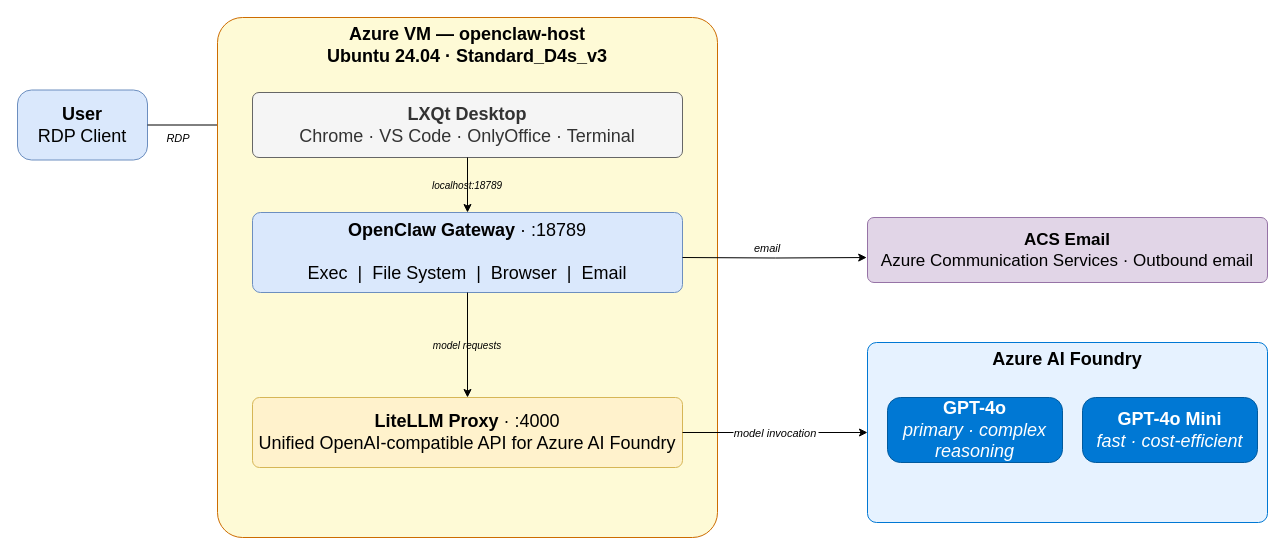
mamonaco1973/azure-openclaw keeps this draw.io diagram as azure-openclaw.drawio. Above is the earlier version. Source tidied: cells renumbered, new cells numbered last; positions are measured from the earlier drawing's top-left corner, leaving out a move shared by most shapes. Both pictures are drawn from the tidied source at 100%, with x=0, y=0 at pixel (17, 17).
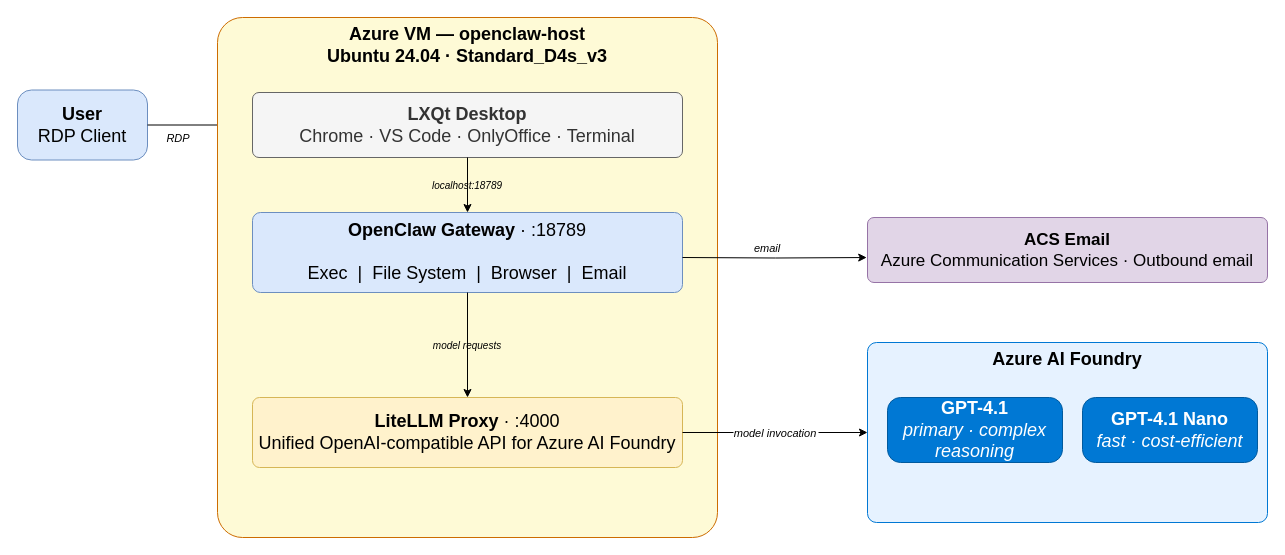
The same page after the edit.

Diff of the diagram source:
```diff
@@
 <mxGraphModel>
   <root>
     <mxCell id="0" />
     <mxCell id="1" parent="0" />
     <mxCell id="2" value="&lt;font style=&quot;font-size: 18px;&quot;&gt;&lt;b&gt;User&lt;/b&gt;&lt;/font&gt;&lt;div&gt;&lt;font style=&quot;font-size: 18px;&quot;&gt;RDP Client&lt;/font&gt;&lt;/div&gt;" style="rounded=1;whiteSpace=wrap;html=1;fillColor=#dae8fc;strokeColor=#6c8ebf;fontSize=13;arcSize=20;" parent="1" vertex="1">
       <mxGeometry y="72.5" width="130" height="70" as="geometry" />
     </mxCell>
     <mxCell id="3" value="RDP " style="edgeStyle=orthogonalEdgeStyle;rounded=0;fontSize=11;fontStyle=2;exitX=1;exitY=0.5;exitDx=0;exitDy=0;entryX=0;entryY=0.5;entryDx=0;entryDy=0;" parent="1" edge="1" source="2" target="5">
       <mxGeometry x="-0.43" y="-12" relative="1" as="geometry">
         <mxPoint x="1" y="1" as="offset" />
       </mxGeometry>
     </mxCell>
     <mxCell id="4" value="&lt;font style=&quot;font-size: 18px;&quot;&gt;&lt;b&gt;Azure VM — openclaw-host&lt;/b&gt;&lt;br&gt;Ubuntu 24.04 · Standard_D4s_v3&lt;/font&gt;" style="rounded=1;whiteSpace=wrap;html=1;fillColor=#FEFAD6;strokeColor=#CD6C00;fontSize=12;fontStyle=1;verticalAlign=top;arcSize=5;" parent="1" vertex="1">
       <mxGeometry x="200" width="500" height="520" as="geometry" />
     </mxCell>
     <mxCell id="5" value="&lt;font style=&quot;font-size: 18px;&quot;&gt;&lt;b&gt;LXQt Desktop&lt;/b&gt;&lt;br&gt;Chrome · VS Code · OnlyOffice · Terminal&lt;/font&gt;" style="rounded=1;whiteSpace=wrap;html=1;fillColor=#f5f5f5;strokeColor=#666666;fontColor=#333333;fontSize=11;arcSize=10;" parent="1" vertex="1">
       <mxGeometry x="235" y="75" width="430" height="65" as="geometry" />
     </mxCell>
     <mxCell id="6" value="localhost:18789" style="edgeStyle=orthogonalEdgeStyle;rounded=0;fontSize=10;fontStyle=2;exitX=0.5;exitY=1;exitDx=0;exitDy=0;entryX=0.5;entryY=0;entryDx=0;entryDy=0;labelBackgroundColor=none;" parent="1" edge="1" source="5" target="7">
       <mxGeometry relative="1" as="geometry" />
     </mxCell>
     <mxCell id="7" value="&lt;font style=&quot;font-size: 18px;&quot;&gt;&lt;b&gt;OpenClaw Gateway&lt;/b&gt; · :18789&lt;br&gt;&lt;br&gt;Exec &amp;nbsp;|&amp;nbsp; File System &amp;nbsp;|&amp;nbsp; Browser &amp;nbsp;|&amp;nbsp; Email&lt;/font&gt;" style="rounded=1;whiteSpace=wrap;html=1;fillColor=#dae8fc;strokeColor=#6c8ebf;fontSize=12;arcSize=10;" parent="1" vertex="1">
       <mxGeometry x="235" y="195" width="430" height="80" as="geometry" />
     </mxCell>
     <mxCell id="8" value="model requests" style="edgeStyle=orthogonalEdgeStyle;rounded=0;fontSize=10;fontStyle=2;exitX=0.5;exitY=1;exitDx=0;exitDy=0;entryX=0.5;entryY=0;entryDx=0;entryDy=0;labelBackgroundColor=none;" parent="1" edge="1" source="7" target="9">
       <mxGeometry relative="1" as="geometry" />
     </mxCell>
     <mxCell id="9" value="&lt;font style=&quot;font-size: 18px;&quot;&gt;&lt;b style=&quot;&quot;&gt;LiteLLM Proxy&lt;/b&gt; · :4000&lt;br&gt;Unified OpenAI-compatible API for Azure AI Foundry&lt;/font&gt;" style="rounded=1;whiteSpace=wrap;html=1;fillColor=#fff2cc;strokeColor=#d6b656;fontSize=12;arcSize=10;" parent="1" vertex="1">
       <mxGeometry x="235" y="380" width="430" height="70" as="geometry" />
     </mxCell>
     <mxCell id="10" value="&lt;b&gt;&lt;font style=&quot;font-size: 18px;&quot;&gt;Azure AI Foundry&lt;/font&gt;&lt;/b&gt;" style="rounded=1;whiteSpace=wrap;html=1;fillColor=#E6F2FF;strokeColor=#0078D4;fontSize=12;arcSize=5;verticalAlign=top;" parent="1" vertex="1">
       <mxGeometry x="850" y="325" width="400" height="180" as="geometry" />
     </mxCell>
-    <mxCell id="11" value="&lt;font style=&quot;font-size: 18px;&quot;&gt;&lt;b&gt;GPT-4o&lt;/b&gt;&lt;br&gt;&lt;i&gt;primary · complex reasoning&lt;/i&gt;&lt;/font&gt;" style="rounded=1;whiteSpace=wrap;html=1;fillColor=#0078D4;fontColor=#ffffff;strokeColor=#005A9E;fontSize=11;arcSize=20;" parent="1" vertex="1">
+    <mxCell id="11" value="&lt;font style=&quot;font-size: 18px;&quot;&gt;&lt;b&gt;GPT-4.1&lt;/b&gt;&lt;br&gt;&lt;i&gt;primary · complex reasoning&lt;/i&gt;&lt;/font&gt;" style="rounded=1;whiteSpace=wrap;html=1;fillColor=#0078D4;fontColor=#ffffff;strokeColor=#005A9E;fontSize=11;arcSize=20;" parent="1" vertex="1">
       <mxGeometry x="870" y="380" width="175" height="65" as="geometry" />
     </mxCell>
-    <mxCell id="12" value="&lt;font style=&quot;font-size: 18px;&quot;&gt;&lt;b&gt;GPT-4o Mini&lt;/b&gt;&lt;br&gt;&lt;i&gt;fast · cost-efficient&lt;/i&gt;&lt;/font&gt;" style="rounded=1;whiteSpace=wrap;html=1;fillColor=#0078D4;fontColor=#ffffff;strokeColor=#005A9E;fontSize=11;arcSize=20;" parent="1" vertex="1">
+    <mxCell id="12" value="&lt;font style=&quot;font-size: 18px;&quot;&gt;&lt;b&gt;GPT-4.1 Nano&lt;/b&gt;&lt;br&gt;&lt;i&gt;fast · cost-efficient&lt;/i&gt;&lt;/font&gt;" style="rounded=1;whiteSpace=wrap;html=1;fillColor=#0078D4;fontColor=#ffffff;strokeColor=#005A9E;fontSize=11;arcSize=20;" parent="1" vertex="1">
       <mxGeometry x="1065" y="380" width="175" height="65" as="geometry" />
     </mxCell>
     <mxCell id="13" value="&lt;font style=&quot;font-size: 17px;&quot;&gt;&lt;b style=&quot;&quot;&gt;ACS Email&lt;/b&gt;&lt;br&gt;Azure Communication Services · Outbound email&lt;/font&gt;" style="rounded=1;whiteSpace=wrap;html=1;fillColor=#e1d5e7;strokeColor=#9673a6;fontSize=12;arcSize=10;" parent="1" vertex="1">
       <mxGeometry x="850" y="200" width="400" height="65" as="geometry" />
     </mxCell>
     <mxCell id="14" value="model invocation" style="edgeStyle=orthogonalEdgeStyle;rounded=0;fontSize=11;fontStyle=2;exitX=1;exitY=0.5;exitDx=0;exitDy=0;entryX=0;entryY=0.5;entryDx=0;entryDy=0;" parent="1" edge="1" source="9" target="10">
       <mxGeometry relative="1" as="geometry" />
     </mxCell>
     <mxCell id="15" value="email" style="edgeStyle=orthogonalEdgeStyle;rounded=0;fontSize=11;fontStyle=2;exitX=1;exitY=0.5;exitDx=0;exitDy=0;entryX=-0.002;entryY=0.616;entryDx=0;entryDy=0;entryPerimeter=0;" parent="1" edge="1" target="13">
       <mxGeometry x="-0.08" y="10" relative="1" as="geometry">
         <mxPoint x="665" y="240" as="sourcePoint" />
       </mxGeometry>
     </mxCell>
   </root>
 </mxGraphModel>
```
